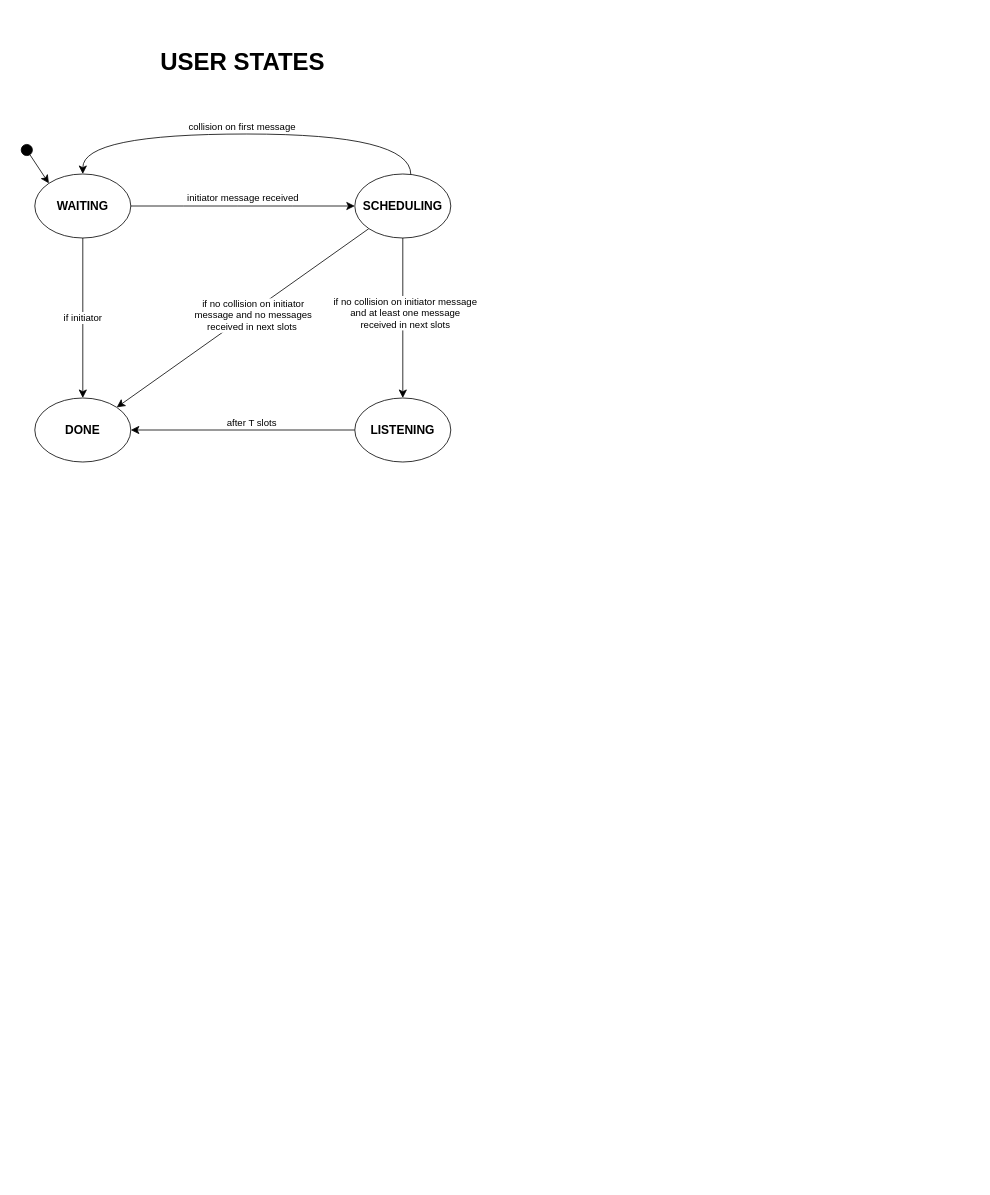
This is Documentazione/DrawIO/FSM Epidemic Broadcast.drawio from luigix25/EpidemicBroadcast, a draw.io file, before an edit. Source tidied: cells renumbered, new cells numbered last; positions are measured from the earlier drawing's top-left corner, leaving out a move shared by most shapes. Both pictures are drawn from the tidied source at 80%, with x=0, y=0 at pixel (26, 14).
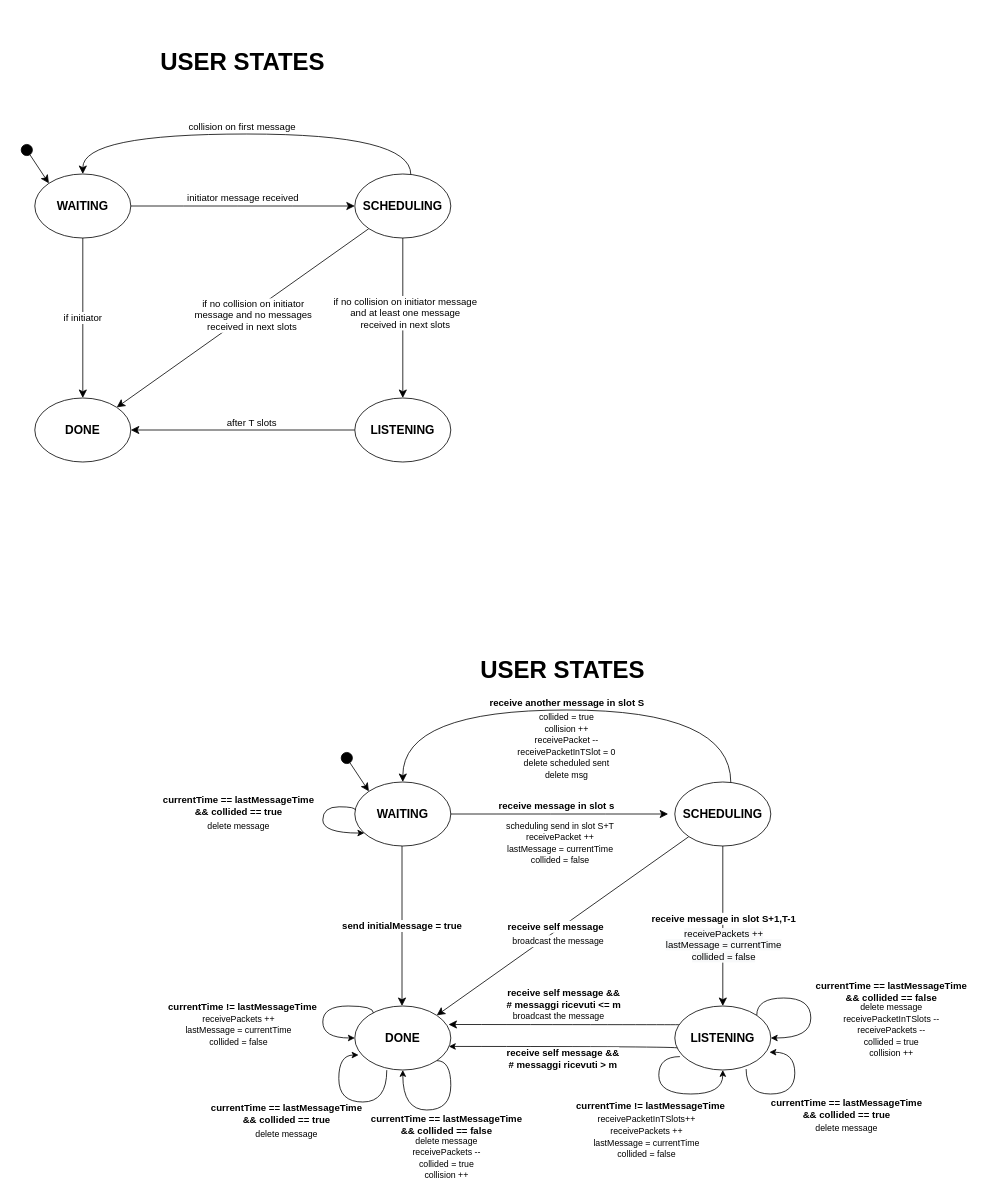
Above is the later version.

Commit message (it also covers changes not shown here):
Add variable status in FSM

What changed in the source:
```diff
@@
+    <mxCell id="19" value="&lt;font style=&quot;font-size: 12px&quot;&gt;&lt;b&gt;receive message in slot s&lt;/b&gt;&lt;/font&gt;" style="edgeStyle=orthogonalEdgeStyle;rounded=0;orthogonalLoop=1;jettySize=auto;html=1;entryX=0;entryY=0.5;entryDx=0;entryDy=0;curved=1;fontSize=12;endSize=8;" parent="1" edge="1">
+      <mxGeometry y="10" relative="1" as="geometry">
+        <mxPoint x="522" y="1000" as="sourcePoint" />
+        <mxPoint x="801.7" y="1000" as="targetPoint" />
+        <Array as="points">
+          <mxPoint x="652" y="1000" />
+          <mxPoint x="652" y="1000" />
+        </Array>
+      </mxGeometry>
+    </mxCell>
+    <mxCell id="20" value="&lt;b&gt;send initialMessage = true&lt;/b&gt;" style="edgeStyle=orthogonalEdgeStyle;rounded=0;orthogonalLoop=1;jettySize=auto;html=1;fontSize=12;endSize=8;" parent="1" edge="1">
+      <mxGeometry relative="1" as="geometry">
+        <mxPoint x="469" y="1040" as="sourcePoint" />
+        <mxPoint x="469" y="1240" as="targetPoint" />
+      </mxGeometry>
+    </mxCell>
+    <mxCell id="21" value="&lt;b&gt;&lt;font style=&quot;font-size: 15px&quot;&gt;WAITING&lt;/font&gt;&lt;/b&gt;" style="ellipse;whiteSpace=wrap;html=1;fontSize=12;" parent="1" vertex="1">
+      <mxGeometry x="410" y="960" width="120" height="80" as="geometry" />
+    </mxCell>
+    <mxCell id="22" style="edgeStyle=orthogonalEdgeStyle;rounded=0;jettySize=auto;html=1;entryX=0.976;entryY=0.289;entryDx=0;entryDy=0;fontSize=12;endSize=8;curved=1;exitX=0.048;exitY=0.292;exitDx=0;exitDy=0;exitPerimeter=0;entryPerimeter=0;" parent="1" edge="1" source="25" target="33">
+      <mxGeometry relative="1" as="geometry">
+        <Array as="points">
+          <mxPoint x="813" y="1263" />
+        </Array>
+      </mxGeometry>
+    </mxCell>
+    <mxCell id="23" value="&lt;b&gt;receive self message &amp;amp;&amp;amp;&lt;br&gt;# messaggi ricevuti &amp;lt;= m&lt;br&gt;&lt;/b&gt;" style="text;html=1;align=center;verticalAlign=middle;labelBackgroundColor=#ffffff;fontSize=12;" parent="22" vertex="1">
+      <mxGeometry x="-0.16" relative="1" as="geometry">
+        <mxPoint x="-24.5" y="-33" as="offset" />
+      </mxGeometry>
+    </mxCell>
+    <mxCell id="24" style="edgeStyle=orthogonalEdgeStyle;curved=1;rounded=0;jettySize=auto;html=1;exitX=0.033;exitY=0.656;exitDx=0;exitDy=0;exitPerimeter=0;entryX=0.98;entryY=0.632;entryDx=0;entryDy=0;entryPerimeter=0;" parent="1" edge="1" source="25" target="33">
+      <mxGeometry relative="1" as="geometry">
+        <Array as="points">
+          <mxPoint x="814" y="1291" />
+        </Array>
+      </mxGeometry>
+    </mxCell>
+    <mxCell id="25" value="&lt;b&gt;&lt;font style=&quot;font-size: 15px&quot;&gt;LISTENING&lt;/font&gt;&lt;/b&gt;" style="ellipse;whiteSpace=wrap;html=1;fontSize=12;" parent="1" vertex="1">
+      <mxGeometry x="810" y="1240" width="120" height="80" as="geometry" />
+    </mxCell>
+    <mxCell id="26" style="edgeStyle=orthogonalEdgeStyle;rounded=0;jettySize=auto;html=1;entryX=0.5;entryY=0;entryDx=0;entryDy=0;fontSize=12;endSize=8;" parent="1" edge="1" source="32" target="25">
+      <mxGeometry relative="1" as="geometry" />
+    </mxCell>
+    <mxCell id="27" value="&lt;b&gt;receive message in slot S+1,T-1&lt;/b&gt;" style="text;html=1;align=center;verticalAlign=middle;labelBackgroundColor=#ffffff;fontSize=12;" parent="26" vertex="1">
+      <mxGeometry x="-0.07" y="2" relative="1" as="geometry">
+        <mxPoint x="-1.5" y="-2.5" as="offset" />
+      </mxGeometry>
+    </mxCell>
+    <mxCell id="28" style="edgeStyle=orthogonalEdgeStyle;rounded=0;jettySize=auto;html=1;entryX=0.5;entryY=0;entryDx=0;entryDy=0;curved=1;fontSize=12;endSize=8;" parent="1" edge="1" source="32" target="21">
+      <mxGeometry relative="1" as="geometry">
+        <Array as="points">
+          <mxPoint x="880" y="870" />
+          <mxPoint x="470" y="870" />
+        </Array>
+      </mxGeometry>
+    </mxCell>
+    <mxCell id="29" value="&lt;b&gt;receive another message in slot S&lt;/b&gt;" style="text;html=1;align=center;verticalAlign=middle;labelBackgroundColor=#ffffff;fontSize=12;" parent="28" vertex="1">
+      <mxGeometry x="0.07" y="-1" relative="1" as="geometry">
+        <mxPoint x="20" y="-9" as="offset" />
+      </mxGeometry>
+    </mxCell>
+    <mxCell id="30" style="rounded=0;jettySize=auto;html=1;entryX=1;entryY=0;entryDx=0;entryDy=0;exitX=0;exitY=1;exitDx=0;exitDy=0;fontSize=12;endSize=8;" parent="1" edge="1" source="32" target="33">
+      <mxGeometry relative="1" as="geometry" />
+    </mxCell>
+    <mxCell id="31" value="&lt;b&gt;receive self message&lt;/b&gt;" style="text;html=1;align=center;verticalAlign=middle;labelBackgroundColor=#ffffff;fontSize=12;" parent="30" vertex="1">
+      <mxGeometry x="-0.05" y="-3" relative="1" as="geometry">
+        <mxPoint x="-16.5" y="8.5" as="offset" />
+      </mxGeometry>
+    </mxCell>
+    <mxCell id="32" value="&lt;b&gt;&lt;font style=&quot;font-size: 15px&quot;&gt;SCHEDULING&lt;/font&gt;&lt;/b&gt;" style="ellipse;whiteSpace=wrap;html=1;fontSize=12;" parent="1" vertex="1">
+      <mxGeometry x="810" y="960" width="120" height="80" as="geometry" />
+    </mxCell>
+    <mxCell id="33" value="&lt;b&gt;&lt;font style=&quot;font-size: 15px&quot;&gt;DONE&lt;/font&gt;&lt;/b&gt;" style="ellipse;whiteSpace=wrap;html=1;fontSize=12;" parent="1" vertex="1">
+      <mxGeometry x="410" y="1240" width="120" height="80" as="geometry" />
+    </mxCell>
+    <mxCell id="34" style="endArrow=classic;html=1;fontSize=12;entryX=0;entryY=0;entryDx=0;entryDy=0;startArrow=oval;startFill=1;targetPerimeterSpacing=25;sourcePerimeterSpacing=16;endSize=8;startSize=14;" parent="1" edge="1" target="21">
+      <mxGeometry relative="1" as="geometry">
+        <mxPoint x="400" y="930" as="sourcePoint" />
+      </mxGeometry>
+    </mxCell>
+    <mxCell id="35" value="&lt;font style=&quot;font-size: 30px&quot;&gt;&lt;b&gt;USER STATES&lt;/b&gt;&lt;/font&gt;" style="text;html=1;strokeColor=none;fillColor=none;align=center;verticalAlign=middle;whiteSpace=wrap;rounded=0;fontSize=12;" parent="1" vertex="1">
+      <mxGeometry x="470" y="810" width="400" height="20" as="geometry" />
+    </mxCell>
+    <mxCell id="36" style="endArrow=none;html=1;" parent="1" edge="1">
+      <mxGeometry relative="1" as="geometry">
+        <mxPoint x="670" y="760" as="sourcePoint" />
+        <mxPoint x="670" y="760" as="targetPoint" />
+        <Array as="points">
+          <mxPoint x="670" y="760" />
+        </Array>
+      </mxGeometry>
+    </mxCell>
+    <mxCell id="37" value="&lt;font style=&quot;font-size: 11px&quot;&gt;collided = true&lt;br&gt;collision ++&lt;br&gt;receivePacket --&lt;br&gt;receivePacketInTSlot = 0&lt;br&gt;delete scheduled sent&lt;br&gt;delete msg&lt;/font&gt;" style="text;html=1;strokeColor=none;fillColor=none;align=center;verticalAlign=middle;whiteSpace=wrap;rounded=0;" parent="1" vertex="1">
+      <mxGeometry x="580" y="890" width="190" height="50" as="geometry" />
+    </mxCell>
+    <mxCell id="38" value="&lt;font style=&quot;font-size: 11px&quot;&gt;scheduling send in slot S+T&lt;br&gt;receivePacket ++&lt;br&gt;lastMessage = currentTime&lt;br&gt;collided = false&lt;br&gt;&lt;/font&gt;" style="text;html=1;strokeColor=none;fillColor=none;align=center;verticalAlign=middle;whiteSpace=wrap;rounded=0;" parent="1" vertex="1">
+      <mxGeometry x="582" y="1011" width="170" height="49" as="geometry" />
+    </mxCell>
+    <mxCell id="39" value="&lt;font style=&quot;font-size: 11px&quot;&gt;broadcast the message&lt;br&gt;&lt;br&gt;&lt;/font&gt;" style="text;html=1;strokeColor=none;fillColor=none;align=center;verticalAlign=middle;whiteSpace=wrap;rounded=0;" parent="1" vertex="1">
+      <mxGeometry x="580" y="1250" width="170" height="20" as="geometry" />
+    </mxCell>
+    <mxCell id="40" value="&lt;font style=&quot;font-size: 11px&quot;&gt;broadcast the message&lt;/font&gt;" style="text;html=1;align=center;verticalAlign=middle;labelBackgroundColor=#ffffff;fontSize=12;" parent="1" vertex="1">
+      <mxGeometry x="675.2" y="1150.1" as="geometry">
+        <mxPoint x="-11.5" y="8.5" as="offset" />
+      </mxGeometry>
+    </mxCell>
+    <mxCell id="41" style="edgeStyle=orthogonalEdgeStyle;rounded=0;orthogonalLoop=1;jettySize=auto;html=1;entryX=1;entryY=0.5;entryDx=0;entryDy=0;curved=1;exitX=1;exitY=0;exitDx=0;exitDy=0;" parent="1" edge="1" source="25" target="25">
+      <mxGeometry relative="1" as="geometry">
+        <Array as="points">
+          <mxPoint x="912" y="1230" />
+          <mxPoint x="980" y="1230" />
+          <mxPoint x="980" y="1280" />
+        </Array>
+      </mxGeometry>
+    </mxCell>
+    <mxCell id="42" style="edgeStyle=orthogonalEdgeStyle;rounded=0;orthogonalLoop=1;jettySize=auto;html=1;entryX=0.5;entryY=1;entryDx=0;entryDy=0;curved=1;exitX=0.053;exitY=0.791;exitDx=0;exitDy=0;exitPerimeter=0;" parent="1" edge="1" source="25" target="25">
+      <mxGeometry relative="1" as="geometry">
+        <Array as="points">
+          <mxPoint x="790" y="1303" />
+          <mxPoint x="790" y="1350" />
+          <mxPoint x="870" y="1350" />
+        </Array>
+      </mxGeometry>
+    </mxCell>
+    <mxCell id="43" style="edgeStyle=orthogonalEdgeStyle;rounded=0;orthogonalLoop=1;jettySize=auto;html=1;entryX=0;entryY=0.5;entryDx=0;entryDy=0;curved=1;exitX=0.194;exitY=0.107;exitDx=0;exitDy=0;exitPerimeter=0;" parent="1" edge="1" source="33" target="33">
+      <mxGeometry relative="1" as="geometry">
+        <Array as="points">
+          <mxPoint x="433" y="1240" />
+          <mxPoint x="370" y="1240" />
+          <mxPoint x="370" y="1280" />
+        </Array>
+      </mxGeometry>
+    </mxCell>
+    <mxCell id="44" style="edgeStyle=orthogonalEdgeStyle;rounded=0;orthogonalLoop=1;jettySize=auto;html=1;entryX=0.039;entryY=0.766;entryDx=0;entryDy=0;curved=1;exitX=0.333;exitY=1.002;exitDx=0;exitDy=0;entryPerimeter=0;exitPerimeter=0;" parent="1" edge="1" source="33" target="33">
+      <mxGeometry relative="1" as="geometry">
+        <Array as="points">
+          <mxPoint x="450" y="1360" />
+          <mxPoint x="390" y="1360" />
+          <mxPoint x="390" y="1301" />
+        </Array>
+      </mxGeometry>
+    </mxCell>
+    <mxCell id="45" value="&lt;b&gt;currentTime == lastMessageTime &amp;amp;&amp;amp; collided == false&lt;/b&gt;" style="text;html=1;strokeColor=none;fillColor=none;align=center;verticalAlign=middle;whiteSpace=wrap;rounded=0;" parent="1" vertex="1">
+      <mxGeometry x="976" y="1212" width="210" height="20" as="geometry" />
+    </mxCell>
+    <mxCell id="46" value="&lt;font style=&quot;font-size: 11px&quot;&gt;delete message&lt;br&gt;receivePacketInTSlots --&lt;br&gt;receivePackets --&lt;br&gt;collided = true&lt;br&gt;collision ++&lt;br&gt;&lt;/font&gt;" style="text;html=1;strokeColor=none;fillColor=none;align=center;verticalAlign=middle;whiteSpace=wrap;rounded=0;" parent="1" vertex="1">
+      <mxGeometry x="976" y="1260" width="210" height="20" as="geometry" />
+    </mxCell>
+    <mxCell id="47" value="&lt;b&gt;currentTime != lastMessageTime&lt;/b&gt;" style="text;html=1;strokeColor=none;fillColor=none;align=center;verticalAlign=middle;whiteSpace=wrap;rounded=0;" parent="1" vertex="1">
+      <mxGeometry x="675" y="1355" width="210" height="20" as="geometry" />
+    </mxCell>
+    <mxCell id="48" value="&lt;font style=&quot;font-size: 11px&quot;&gt;receivePacketInTSlots++&lt;br&gt;receivePackets ++&lt;br&gt;lastMessage = currentTime&lt;br&gt;collided = false&lt;br&gt;&lt;/font&gt;" style="text;html=1;strokeColor=none;fillColor=none;align=center;verticalAlign=middle;whiteSpace=wrap;rounded=0;" parent="1" vertex="1">
+      <mxGeometry x="670" y="1393" width="210" height="20" as="geometry" />
+    </mxCell>
+    <mxCell id="49" value="&lt;span style=&quot;text-align: left ; background-color: rgb(248 , 249 , 250)&quot;&gt;receivePackets ++&lt;br&gt;lastMessage = currentTime&lt;br&gt;collided = false&lt;/span&gt;" style="text;html=1;align=center;verticalAlign=middle;labelBackgroundColor=#ffffff;fontSize=12;" parent="1" vertex="1">
+      <mxGeometry x="870.2" y="1163" as="geometry" />
+    </mxCell>
+    <mxCell id="50" style="edgeStyle=orthogonalEdgeStyle;rounded=0;orthogonalLoop=1;jettySize=auto;html=1;entryX=0.986;entryY=0.722;entryDx=0;entryDy=0;curved=1;exitX=0.743;exitY=0.985;exitDx=0;exitDy=0;exitPerimeter=0;entryPerimeter=0;" parent="1" edge="1" source="25" target="25">
+      <mxGeometry relative="1" as="geometry">
+        <Array as="points">
+          <mxPoint x="899" y="1350" />
+          <mxPoint x="960" y="1350" />
+          <mxPoint x="960" y="1298" />
+        </Array>
+      </mxGeometry>
+    </mxCell>
+    <mxCell id="51" value="&lt;b&gt;currentTime == lastMessageTime &amp;amp;&amp;amp; collided == true&lt;/b&gt;" style="text;html=1;strokeColor=none;fillColor=none;align=center;verticalAlign=middle;whiteSpace=wrap;rounded=0;" parent="1" vertex="1">
+      <mxGeometry x="920" y="1358" width="210" height="20" as="geometry" />
+    </mxCell>
+    <mxCell id="52" value="&lt;font style=&quot;font-size: 11px&quot;&gt;delete message&lt;br&gt;&lt;/font&gt;" style="text;html=1;strokeColor=none;fillColor=none;align=center;verticalAlign=middle;whiteSpace=wrap;rounded=0;" parent="1" vertex="1">
+      <mxGeometry x="920" y="1383" width="210" height="20" as="geometry" />
+    </mxCell>
+    <mxCell id="53" style="edgeStyle=orthogonalEdgeStyle;rounded=0;orthogonalLoop=1;jettySize=auto;html=1;entryX=0.5;entryY=1;entryDx=0;entryDy=0;curved=1;exitX=1;exitY=1;exitDx=0;exitDy=0;" parent="1" edge="1" source="33" target="33">
+      <mxGeometry relative="1" as="geometry">
+        <Array as="points">
+          <mxPoint x="530" y="1308" />
+          <mxPoint x="530" y="1370" />
+          <mxPoint x="470" y="1370" />
+        </Array>
+      </mxGeometry>
+    </mxCell>
+    <mxCell id="54" value="&lt;b&gt;currentTime == lastMessageTime &amp;amp;&amp;amp; collided == false&lt;/b&gt;" style="text;html=1;strokeColor=none;fillColor=none;align=center;verticalAlign=middle;whiteSpace=wrap;rounded=0;" parent="1" vertex="1">
+      <mxGeometry x="420" y="1378" width="210" height="20" as="geometry" />
+    </mxCell>
+    <mxCell id="55" value="&lt;font style=&quot;font-size: 11px&quot;&gt;delete message&lt;br&gt;receivePackets --&lt;br&gt;collided = true&lt;br&gt;collision ++&lt;br&gt;&lt;/font&gt;" style="text;html=1;strokeColor=none;fillColor=none;align=center;verticalAlign=middle;whiteSpace=wrap;rounded=0;" parent="1" vertex="1">
+      <mxGeometry x="420" y="1420" width="210" height="20" as="geometry" />
+    </mxCell>
+    <mxCell id="56" value="&lt;b&gt;currentTime == lastMessageTime &amp;amp;&amp;amp; collided == true&lt;/b&gt;" style="text;html=1;strokeColor=none;fillColor=none;align=center;verticalAlign=middle;whiteSpace=wrap;rounded=0;" parent="1" vertex="1">
+      <mxGeometry x="220" y="1365" width="210" height="20" as="geometry" />
+    </mxCell>
+    <mxCell id="57" value="&lt;font style=&quot;font-size: 11px&quot;&gt;delete message&lt;br&gt;&lt;/font&gt;" style="text;html=1;strokeColor=none;fillColor=none;align=center;verticalAlign=middle;whiteSpace=wrap;rounded=0;" parent="1" vertex="1">
+      <mxGeometry x="220" y="1390" width="210" height="20" as="geometry" />
+    </mxCell>
+    <mxCell id="58" value="&lt;b&gt;currentTime != lastMessageTime&lt;/b&gt;" style="text;html=1;strokeColor=none;fillColor=none;align=center;verticalAlign=middle;whiteSpace=wrap;rounded=0;" parent="1" vertex="1">
+      <mxGeometry x="165" y="1232" width="210" height="20" as="geometry" />
+    </mxCell>
+    <mxCell id="59" value="&lt;font style=&quot;font-size: 11px&quot;&gt;receivePackets ++&lt;br&gt;lastMessage = currentTime&lt;br&gt;collided = false&lt;br&gt;&lt;/font&gt;" style="text;html=1;strokeColor=none;fillColor=none;align=center;verticalAlign=middle;whiteSpace=wrap;rounded=0;" parent="1" vertex="1">
+      <mxGeometry x="160" y="1260" width="210" height="20" as="geometry" />
+    </mxCell>
+    <mxCell id="60" value="&lt;b&gt;currentTime == lastMessageTime &amp;amp;&amp;amp; collided == true&lt;/b&gt;" style="text;html=1;strokeColor=none;fillColor=none;align=center;verticalAlign=middle;whiteSpace=wrap;rounded=0;" parent="1" vertex="1">
+      <mxGeometry x="160" y="980" width="210" height="20" as="geometry" />
+    </mxCell>
+    <mxCell id="61" value="&lt;font style=&quot;font-size: 11px&quot;&gt;delete message&lt;br&gt;&lt;/font&gt;" style="text;html=1;strokeColor=none;fillColor=none;align=center;verticalAlign=middle;whiteSpace=wrap;rounded=0;" parent="1" vertex="1">
+      <mxGeometry x="160" y="1005" width="210" height="20" as="geometry" />
+    </mxCell>
+    <mxCell id="62" style="edgeStyle=orthogonalEdgeStyle;rounded=0;orthogonalLoop=1;jettySize=auto;html=1;entryX=0.099;entryY=0.798;entryDx=0;entryDy=0;curved=1;exitX=0.007;exitY=0.44;exitDx=0;exitDy=0;exitPerimeter=0;entryPerimeter=0;" parent="1" edge="1" source="21" target="21">
+      <mxGeometry relative="1" as="geometry">
+        <Array as="points">
+          <mxPoint x="411" y="991" />
+          <mxPoint x="370" y="991" />
+          <mxPoint x="370" y="1024" />
+        </Array>
+      </mxGeometry>
+    </mxCell>
+    <mxCell id="63" value="&lt;b&gt;receive self message &amp;amp;&amp;amp;&lt;br&gt;# messaggi ricevuti &amp;gt; m&lt;br&gt;&lt;/b&gt;" style="text;html=1;align=center;verticalAlign=middle;labelBackgroundColor=#ffffff;fontSize=12;" parent="1" vertex="1">
+      <mxGeometry x="690.2" y="1339.8" as="geometry">
+        <mxPoint x="-21" y="-34.5" as="offset" />
+      </mxGeometry>
+    </mxCell>
+    <mxCell id="64" value="&lt;font style=&quot;font-size: 11px&quot;&gt;&lt;br&gt;&lt;/font&gt;" style="text;html=1;strokeColor=none;fillColor=none;align=center;verticalAlign=middle;whiteSpace=wrap;rounded=0;" parent="1" vertex="1">
+      <mxGeometry x="582" y="1323" width="170" height="20" as="geometry" />
+    </mxCell>
```
